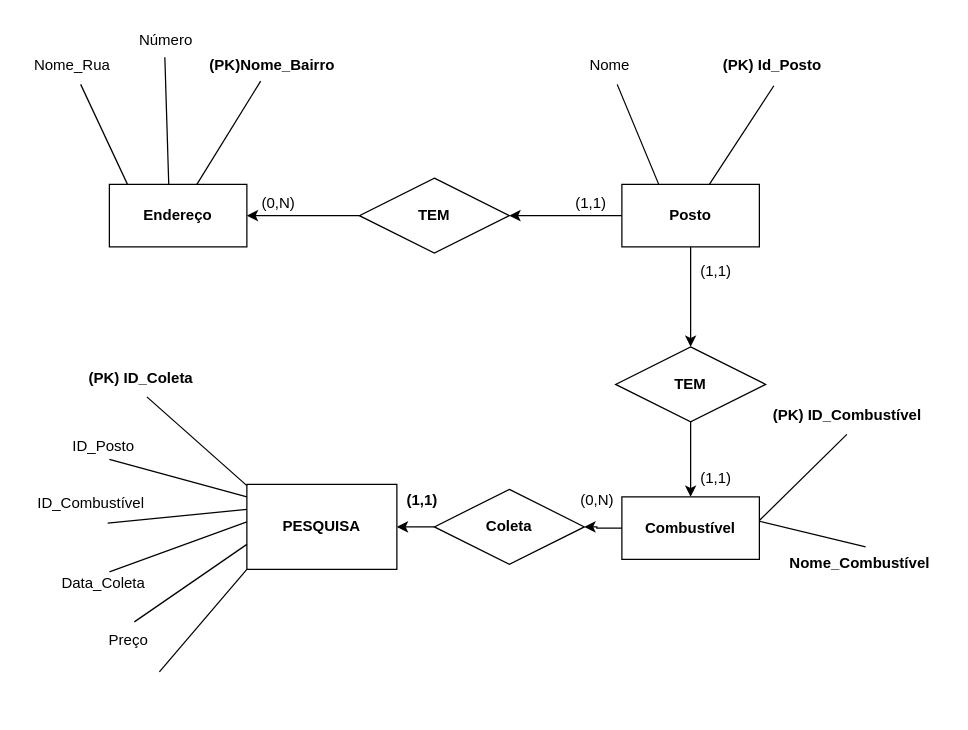
Before: Projeto Contextual-UML/Diagrama Contextual preto e branco.drawio in Noturno7/ProjetoFaculdade, a draw.io diagram. Source tidied: cells renumbered, new cells numbered last; positions are measured from the earlier drawing's top-left corner, leaving out a move shared by most shapes. Both pictures are drawn from the tidied source at 125%, with x=0, y=0 at pixel (21, 21).
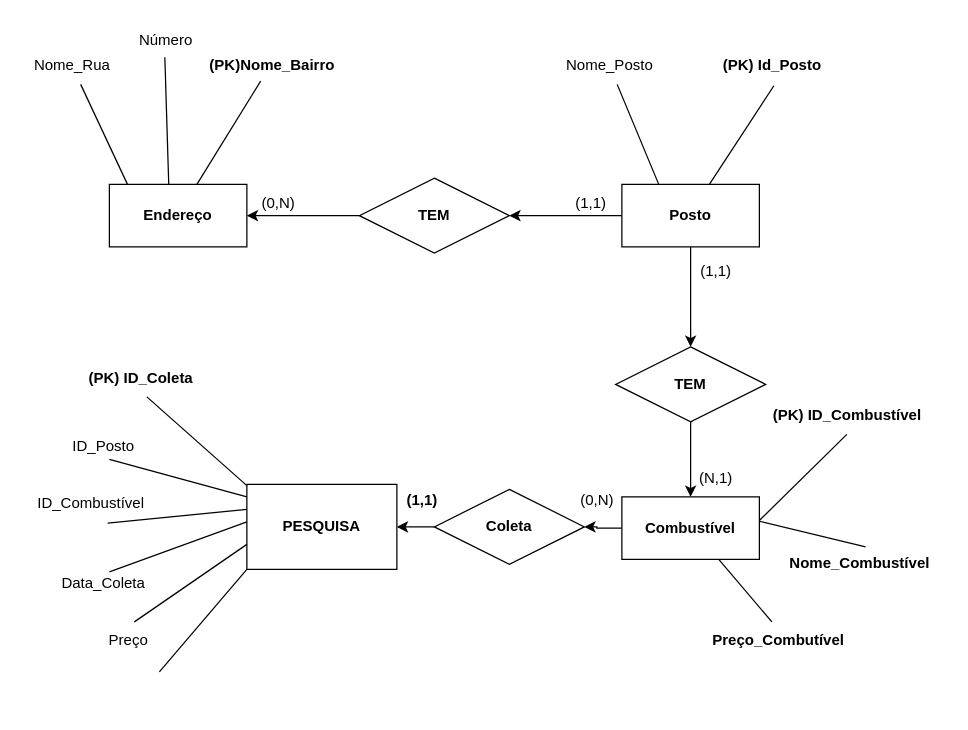
The same diagram, later.

Commit message (it also covers changes not shown here):
Atualização do Projeto UML, Correção do diagrama.

The edit, as a diff of the source:
```diff
@@
-    <mxCell id="17" value="Nome" style="text;html=1;align=center;verticalAlign=middle;points=[];strokeColor=none;fillColor=none;" parent="1" vertex="1">
-      <mxGeometry x="440" y="20" width="60" height="30" as="geometry" />
+    <mxCell id="17" value="Nome_Posto" style="text;html=1;align=center;verticalAlign=middle;points=[];strokeColor=none;fillColor=none;" parent="1" vertex="1">
+      <mxGeometry x="425" y="20" width="90" height="30" as="geometry" />
     </mxCell>
@@
-    <mxCell id="26" value="(1,1)" style="text;html=1;align=center;verticalAlign=middle;strokeColor=none;fillColor=none;" parent="1" vertex="1">
+    <mxCell id="26" value="(N,1)" style="text;html=1;align=center;verticalAlign=middle;strokeColor=none;fillColor=none;" parent="1" vertex="1">
       <mxGeometry x="530" y="350" width="50" height="30" as="geometry" />
     </mxCell>
@@
+    <mxCell id="47" style="endArrow=none;html=1;rounded=0;" parent="1" edge="1">
+      <mxGeometry relative="1" as="geometry">
+        <mxPoint x="557.5" y="430" as="sourcePoint" />
+        <mxPoint x="600" y="480" as="targetPoint" />
+      </mxGeometry>
+    </mxCell>
+    <mxCell id="48" value="&lt;b&gt;Preço_Combutível&lt;/b&gt;" style="text;html=1;align=center;verticalAlign=middle;strokeColor=none;fillColor=none;" parent="1" vertex="1">
+      <mxGeometry x="540" y="480" width="130" height="30" as="geometry" />
+    </mxCell>
```
